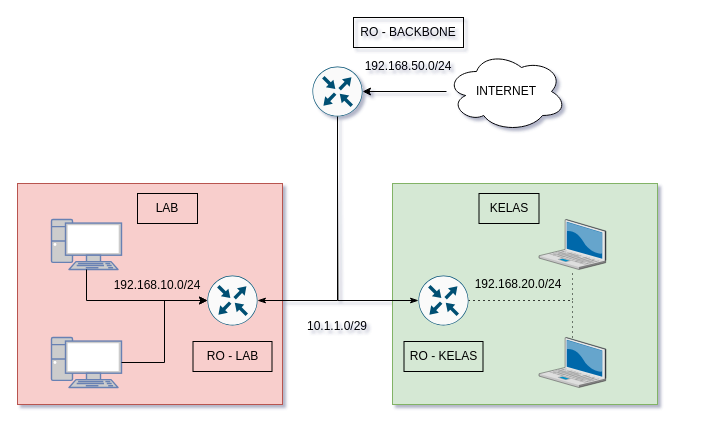
Before: OJM Topology.drawio in Mirekan/dump-drawio, a draw.io diagram. Source tidied: cells renumbered, new cells numbered last; positions are measured from the earlier drawing's top-left corner, leaving out a move shared by most shapes. Both pictures are drawn from the tidied source at 100%, with x=0, y=0 at pixel (17, 17).
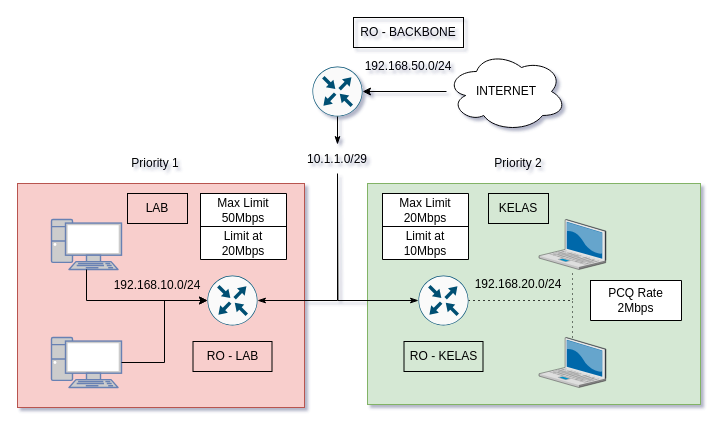
The same page after the edit.

The change refers to these unchanged cells:
```xml
<mxCell id="4" style="sketch=0;points=[[0.5,0,0],[1,0.5,0],[0.5,1,0],[0,0.5,0],[0.145,0.145,0],[0.8555,0.145,0],[0.855,0.8555,0],[0.145,0.855,0]];verticalLabelPosition=bottom;html=1;verticalAlign=top;align=center;shape=mxgraph.cisco19.rect;prIcon=router;fillColor=#FAFAFA;strokeColor=#005073;" parent="1" vertex="1">
  <mxGeometry x="295" y="49" width="50" height="50" as="geometry" />
</mxCell>
<mxCell id="5" style="sketch=0;points=[[0.5,0,0],[1,0.5,0],[0.5,1,0],[0,0.5,0],[0.145,0.145,0],[0.8555,0.145,0],[0.855,0.8555,0],[0.145,0.855,0]];verticalLabelPosition=bottom;html=1;verticalAlign=top;align=center;shape=mxgraph.cisco19.rect;prIcon=router;fillColor=#FAFAFA;strokeColor=#005073;" parent="1" vertex="1">
  <mxGeometry x="190" y="258" width="50" height="50" as="geometry" />
</mxCell>
```

What changed in the source:
```diff
@@
     <mxCell id="2" style="rounded=0;whiteSpace=wrap;html=1;fillColor=#d5e8d4;strokeColor=#82b366;" parent="1" vertex="1">
-      <mxGeometry x="375" y="166" width="265" height="221" as="geometry" />
+      <mxGeometry x="350" y="166" width="333" height="221" as="geometry" />
     </mxCell>
     <mxCell id="3" style="rounded=0;whiteSpace=wrap;html=1;fillColor=#f8cecc;strokeColor=#b85450;" parent="1" vertex="1">
-      <mxGeometry y="166" width="265" height="221" as="geometry" />
+      <mxGeometry y="166" width="287" height="224" as="geometry" />
     </mxCell>
@@
-    <mxCell id="10" style="edgeStyle=orthogonalEdgeStyle;rounded=0;jettySize=auto;html=1;entryX=0.5;entryY=1;entryDx=0;entryDy=0;entryPerimeter=0;startArrow=classicThin;startFill=1;endArrow=none;endFill=0;" parent="1" edge="1" source="5" target="4">
+    <mxCell id="10" style="edgeStyle=orthogonalEdgeStyle;rounded=0;jettySize=auto;html=1;entryX=0.5;entryY=1;entryDx=0;entryDy=0;entryPerimeter=0;startArrow=classicThin;startFill=1;endArrow=none;endFill=0;" parent="1" edge="1" source="18" target="4">
       <mxGeometry relative="1" as="geometry" />
     </mxCell>
@@
-    <mxCell id="18" value="10.1.1.0/29" style="text;html=1;align=center;verticalAlign=middle;whiteSpace=wrap;rounded=0;strokeColor=none;" parent="1" vertex="1">
-      <mxGeometry x="290" y="294" width="60" height="30" as="geometry" />
-    </mxCell>
     <mxCell id="19" value="LAB" style="text;html=1;align=center;verticalAlign=middle;whiteSpace=wrap;rounded=0;strokeColor=default;" parent="1" vertex="1">
-      <mxGeometry x="120" y="176" width="60" height="30" as="geometry" />
+      <mxGeometry x="110" y="176" width="60" height="30" as="geometry" />
     </mxCell>
     <mxCell id="20" value="KELAS" style="text;html=1;align=center;verticalAlign=middle;whiteSpace=wrap;rounded=0;strokeColor=default;" parent="1" vertex="1">
-      <mxGeometry x="461.5" y="176" width="60" height="30" as="geometry" />
+      <mxGeometry x="471" y="176" width="60" height="30" as="geometry" />
     </mxCell>
@@
+    <mxCell id="28" style="shape=table;startSize=0;childLayout=tableLayout;" parent="1" vertex="1">
+      <mxGeometry x="183" y="176" width="86" height="66" as="geometry" />
+    </mxCell>
+    <mxCell id="29" style="shape=tableRow;horizontal=0;startSize=0;swimlaneHead=0;swimlaneBody=0;strokeColor=inherit;top=0;left=0;bottom=0;right=0;fillColor=none;" parent="28" vertex="1">
+      <mxGeometry width="86" height="33" as="geometry" />
+    </mxCell>
+    <mxCell id="30" value="Max Limit 50Mbps" style="shape=partialRectangle;html=1;whiteSpace=wrap;strokeColor=inherit;overflow=hidden;fillColor=none;top=0;left=0;bottom=0;right=0;" parent="29" vertex="1">
+      <mxGeometry width="86" height="33" as="geometry" />
+    </mxCell>
+    <mxCell id="31" style="shape=tableRow;horizontal=0;startSize=0;swimlaneHead=0;swimlaneBody=0;strokeColor=inherit;top=0;left=0;bottom=0;right=0;fillColor=none;" parent="28" vertex="1">
+      <mxGeometry y="33" width="86" height="33" as="geometry" />
+    </mxCell>
+    <mxCell id="32" value="Limit at 20Mbps" style="shape=partialRectangle;html=1;whiteSpace=wrap;strokeColor=inherit;overflow=hidden;fillColor=none;top=0;left=0;bottom=0;right=0;" parent="31" vertex="1">
+      <mxGeometry width="86" height="33" as="geometry" />
+    </mxCell>
+    <mxCell id="33" style="shape=table;startSize=0;childLayout=tableLayout;" parent="1" vertex="1">
+      <mxGeometry x="365" y="176" width="86" height="66" as="geometry" />
+    </mxCell>
+    <mxCell id="34" style="shape=tableRow;horizontal=0;startSize=0;swimlaneHead=0;swimlaneBody=0;strokeColor=inherit;top=0;left=0;bottom=0;right=0;fillColor=none;" parent="33" vertex="1">
+      <mxGeometry width="86" height="33" as="geometry" />
+    </mxCell>
+    <mxCell id="35" value="Max Limit 20Mbps" style="shape=partialRectangle;html=1;whiteSpace=wrap;strokeColor=inherit;overflow=hidden;fillColor=none;top=0;left=0;bottom=0;right=0;" parent="34" vertex="1">
+      <mxGeometry width="86" height="33" as="geometry" />
+    </mxCell>
+    <mxCell id="36" style="shape=tableRow;horizontal=0;startSize=0;swimlaneHead=0;swimlaneBody=0;strokeColor=inherit;top=0;left=0;bottom=0;right=0;fillColor=none;" parent="33" vertex="1">
+      <mxGeometry y="33" width="86" height="33" as="geometry" />
+    </mxCell>
+    <mxCell id="37" value="Limit at 10Mbps" style="shape=partialRectangle;html=1;whiteSpace=wrap;strokeColor=inherit;overflow=hidden;fillColor=none;top=0;left=0;bottom=0;right=0;" parent="36" vertex="1">
+      <mxGeometry width="86" height="33" as="geometry" />
+    </mxCell>
+    <mxCell id="38" style="edgeStyle=orthogonalEdgeStyle;rounded=0;jettySize=auto;html=1;entryX=0.5;entryY=1;entryDx=0;entryDy=0;entryPerimeter=0;startArrow=classicThin;startFill=1;endArrow=none;endFill=0;" parent="1" edge="1" source="5" target="18">
+      <mxGeometry relative="1" as="geometry" />
+    </mxCell>
+    <mxCell id="18" value="10.1.1.0/29" style="text;html=1;align=center;verticalAlign=middle;whiteSpace=wrap;rounded=0;strokeColor=none;" parent="1" vertex="1">
+      <mxGeometry x="290" y="127" width="60" height="30" as="geometry" />
+    </mxCell>
+    <mxCell id="39" value="Priority 1" style="text;html=1;align=center;verticalAlign=middle;whiteSpace=wrap;rounded=0;" parent="1" vertex="1">
+      <mxGeometry x="108" y="131" width="60" height="30" as="geometry" />
+    </mxCell>
+    <mxCell id="40" value="Priority 2" style="text;html=1;align=center;verticalAlign=middle;whiteSpace=wrap;rounded=0;" parent="1" vertex="1">
+      <mxGeometry x="471" y="131" width="60" height="30" as="geometry" />
+    </mxCell>
+    <mxCell id="41" value="&lt;table&gt;&lt;tbody&gt;&lt;tr&gt;&lt;td&gt;&lt;br&gt;&lt;/td&gt;&lt;td&gt;&lt;br&gt;&lt;/td&gt;&lt;/tr&gt;&lt;/tbody&gt;&lt;/table&gt;" style="text;html=1;align=center;verticalAlign=middle;whiteSpace=wrap;rounded=0;" parent="1" vertex="1">
+      <mxGeometry x="471" y="290" width="60" height="30" as="geometry" />
+    </mxCell>
+    <mxCell id="42" style="shape=table;startSize=0;childLayout=tableLayout;" parent="1" vertex="1">
+      <mxGeometry x="573" y="263" width="91" height="40" as="geometry" />
+    </mxCell>
+    <mxCell id="43" style="shape=tableRow;horizontal=0;startSize=0;swimlaneHead=0;swimlaneBody=0;strokeColor=inherit;top=0;left=0;bottom=0;right=0;fillColor=none;" parent="42" vertex="1">
+      <mxGeometry width="91" height="40" as="geometry" />
+    </mxCell>
+    <mxCell id="44" value="PCQ Rate 2Mbps" style="shape=partialRectangle;html=1;whiteSpace=wrap;strokeColor=inherit;overflow=hidden;fillColor=none;top=0;left=0;bottom=0;right=0;" parent="43" vertex="1">
+      <mxGeometry width="91" height="40" as="geometry" />
+    </mxCell>
```
